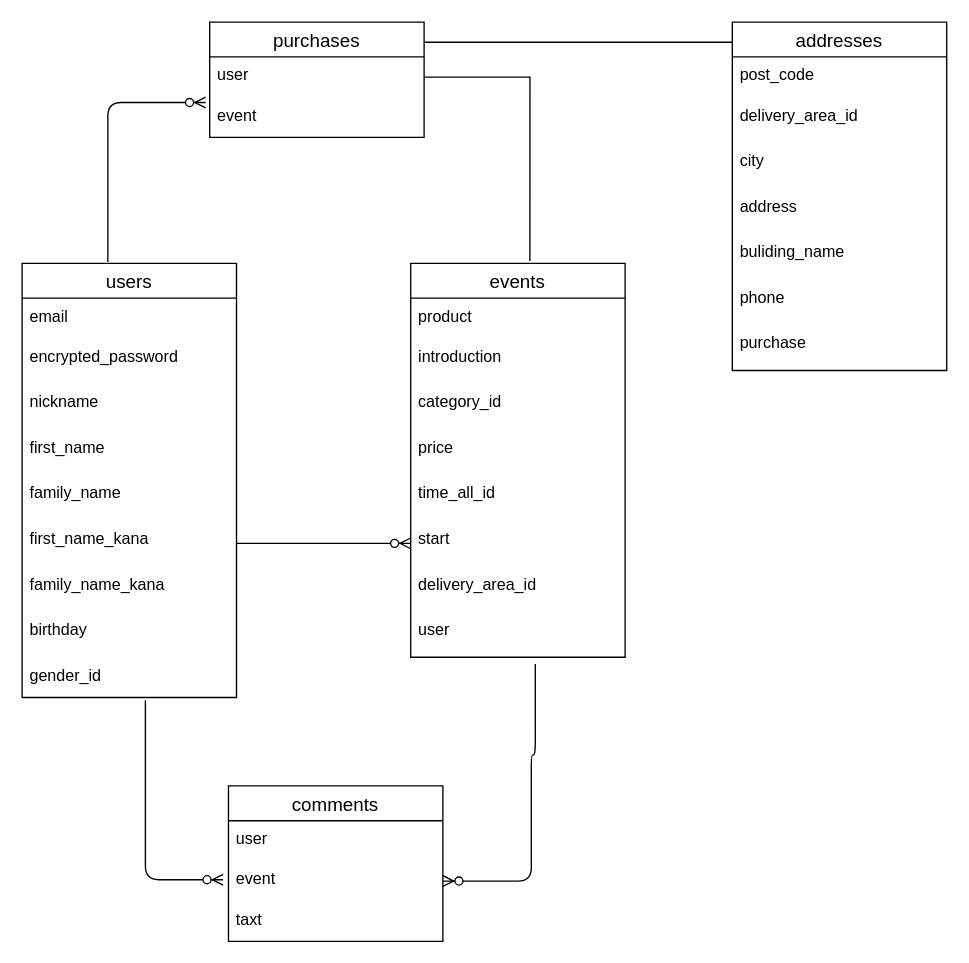
The draw.io diagram test.dio in hiroto0308/planning, before the edit. Source tidied: cells renumbered, new cells numbered last; positions are measured from the earlier drawing's top-left corner, leaving out a move shared by most shapes. Both pictures are drawn from the tidied source at 134%, with x=0, y=0 at pixel (21, 21).
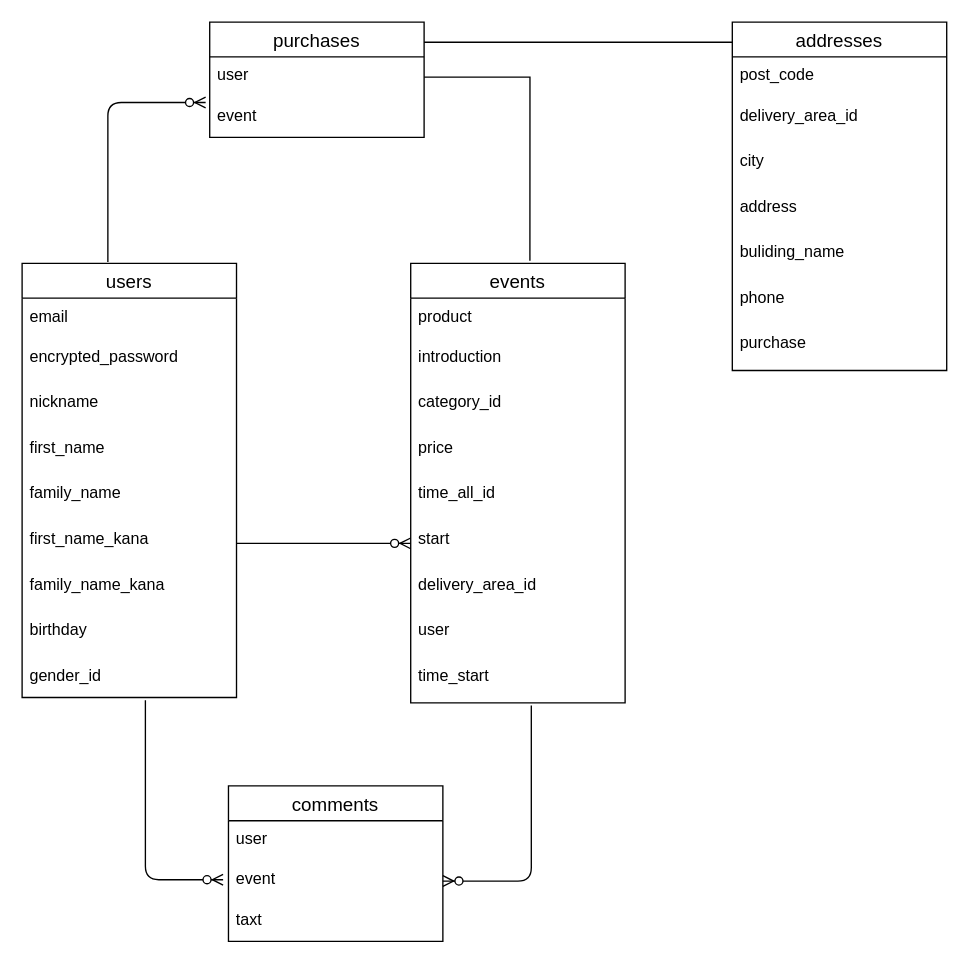
Above is the later version.

Commit message (it also covers changes not shown here):
テーブル設計の修正

The change refers to these unchanged cells:
```xml
<mxCell id="20" value="user" style="text;strokeColor=none;fillColor=none;spacingLeft=4;spacingRight=4;overflow=hidden;points=[[0,0.5],[1,0.5]];portConstraint=eastwest;fontSize=12;" parent="12" vertex="1">
  <mxGeometry y="260" width="160" height="34" as="geometry" />
</mxCell>
<mxCell id="27" value="event" style="text;strokeColor=none;fillColor=none;spacingLeft=4;spacingRight=4;overflow=hidden;points=[[0,0.5],[1,0.5]];portConstraint=eastwest;fontSize=12;" parent="25" vertex="1">
  <mxGeometry y="56" width="160" height="30" as="geometry" />
</mxCell>
```

What changed in the source:
```diff
@@
     <mxCell id="12" value="events" style="swimlane;fontStyle=0;horizontal=1;startSize=26;align=center;fontSize=14;" parent="1" vertex="1">
-      <mxGeometry x="290" y="180" width="160" height="294" as="geometry" />
+      <mxGeometry x="290" y="180" width="160" height="328" as="geometry" />
     </mxCell>
@@
+    <mxCell id="42" value="time_start" style="text;strokeColor=none;fillColor=none;spacingLeft=4;spacingRight=4;overflow=hidden;fontSize=12;" parent="12" vertex="1">
+      <mxGeometry y="294" width="160" height="34" as="geometry" />
+    </mxCell>
@@
-    <mxCell id="41" style="edgeStyle=orthogonalEdgeStyle;fontSize=12;html=1;endArrow=ERzeroToMany;endFill=1;exitX=0.581;exitY=1.147;exitDx=0;exitDy=0;exitPerimeter=0;entryX=1;entryY=0.5;entryDx=0;entryDy=0;" parent="1" edge="1" source="20" target="27">
+    <mxCell id="41" style="edgeStyle=orthogonalEdgeStyle;fontSize=12;html=1;endArrow=ERzeroToMany;endFill=1;entryX=1;entryY=0.5;entryDx=0;entryDy=0;" parent="1" edge="1" target="27">
       <mxGeometry relative="1" as="geometry">
+        <mxPoint x="380" y="510" as="sourcePoint" />
         <Array as="points">
-          <mxPoint x="380" y="547" />
           <mxPoint x="380" y="641" />
         </Array>
       </mxGeometry>
     </mxCell>
```
